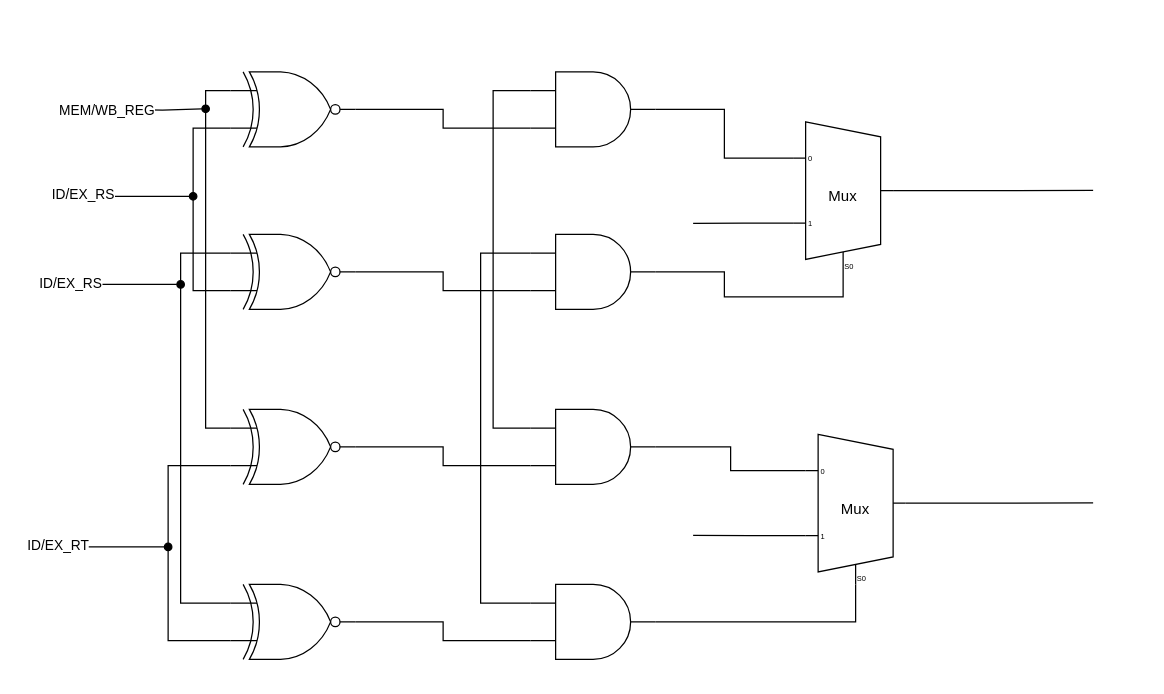
The draw.io diagram Untitled Diagram.drawio in paraschiv-leon-luca/SCS-Project-Hazard-detection-and-avoidance-unit, before the edit. Source tidied: cells renumbered, new cells numbered last; positions are measured from the earlier drawing's top-left corner, leaving out a move shared by most shapes. Both pictures are drawn from the tidied source at 125%, with x=0, y=0 at pixel (30, 71).
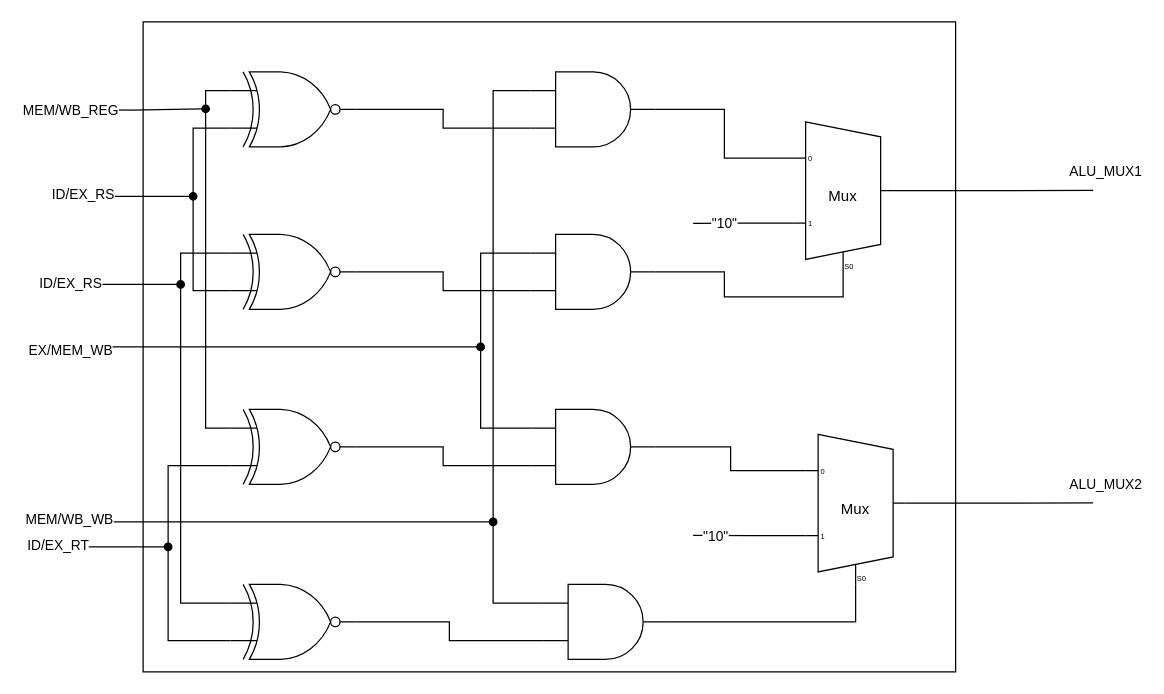
The same diagram, later.

The change refers to these unchanged cells:
```xml
<mxCell id="2" style="edgeStyle=orthogonalEdgeStyle;rounded=0;jettySize=auto;html=1;exitX=0;exitY=0.75;exitDx=0;exitDy=-9;exitPerimeter=0;defaultLabelBackgroundColor=page;labelPadding=0 4;endArrow=none;endFill=0;" parent="1" edge="1" source="4">
  <mxGeometry x="0.01" relative="1" as="geometry">
    <mxPoint x="530" y="121.1" as="targetPoint" />
  </mxGeometry>
</mxCell>
<mxCell id="3" style="edgeStyle=orthogonalEdgeStyle;rounded=0;jettySize=auto;html=1;exitX=1;exitY=0.5;exitDx=0;exitDy=-5;exitPerimeter=0;defaultLabelBackgroundColor=page;labelPadding=0 4;endArrow=none;endFill=0;" parent="1" edge="1" source="4">
  <mxGeometry relative="1" as="geometry">
    <mxPoint x="850" y="94.7" as="targetPoint" />
  </mxGeometry>
</mxCell>
<mxCell id="5" style="edgeStyle=orthogonalEdgeStyle;rounded=0;jettySize=auto;html=1;exitX=0;exitY=0.75;exitDx=0;exitDy=-9;exitPerimeter=0;defaultLabelBackgroundColor=page;labelPadding=0 4;endArrow=none;endFill=0;" parent="1" edge="1" source="7">
  <mxGeometry x="0.01" relative="1" as="geometry">
    <mxPoint x="530" y="370.8" as="targetPoint" />
  </mxGeometry>
</mxCell>
<mxCell id="6" style="edgeStyle=orthogonalEdgeStyle;rounded=0;jettySize=auto;html=1;exitX=1;exitY=0.5;exitDx=0;exitDy=-5;exitPerimeter=0;defaultLabelBackgroundColor=page;labelPadding=0 4;endArrow=none;endFill=0;" parent="1" edge="1" source="7">
  <mxGeometry relative="1" as="geometry">
    <mxPoint x="850" y="344.7" as="targetPoint" />
  </mxGeometry>
</mxCell>
<mxCell id="9" style="verticalLabelPosition=bottom;shadow=0;dashed=0;align=center;html=1;verticalAlign=top;shape=mxgraph.electrical.logic_gates.logic_gate;operation=and;labelPerimeter=1;" parent="1" vertex="1">
  <mxGeometry x="400" y="270" width="100" height="60" as="geometry" />
</mxCell>
<mxCell id="10" style="verticalLabelPosition=bottom;shadow=0;dashed=0;align=center;html=1;verticalAlign=top;shape=mxgraph.electrical.logic_gates.logic_gate;operation=and;labelPerimeter=1;" parent="1" vertex="1">
  <mxGeometry x="400" y="130" width="100" height="60" as="geometry" />
</mxCell>
<mxCell id="11" style="verticalLabelPosition=bottom;shadow=0;dashed=0;align=center;html=1;verticalAlign=top;shape=mxgraph.electrical.logic_gates.logic_gate;operation=and;labelPerimeter=1;" parent="1" vertex="1">
  <mxGeometry x="400" width="100" height="60" as="geometry" />
</mxCell>
```

What changed in the source:
```diff
@@
+    <mxCell id="38" value="&quot;10&quot;" style="edgeLabel;html=1;align=center;verticalAlign=middle;inheritText=1;defaultLabelBackgroundColor=page;labelPadding=0 4;" parent="2" vertex="1">
+      <mxGeometry x="0.39" y="-1" relative="1" as="geometry" />
+    </mxCell>
@@
+    <mxCell id="39" value="ALU_MUX1" style="edgeLabel;html=1;align=center;verticalAlign=middle;inheritText=1;defaultLabelBackgroundColor=page;labelPadding=0 4;" parent="3" vertex="1">
+      <mxGeometry x="0.86" y="-1" relative="1" as="geometry">
+        <mxPoint x="21" y="-16" as="offset" />
+      </mxGeometry>
+    </mxCell>
@@
+    <mxCell id="40" value="&quot;10&quot;" style="edgeLabel;html=1;align=center;verticalAlign=middle;inheritText=1;defaultLabelBackgroundColor=page;labelPadding=0 4;" parent="5" vertex="1">
+      <mxGeometry x="0.61" y="1" relative="1" as="geometry" />
+    </mxCell>
@@
+    <mxCell id="41" value="ALU_MUX2" style="edgeLabel;html=1;align=center;verticalAlign=middle;inheritText=1;defaultLabelBackgroundColor=page;labelPadding=0 4;" parent="6" vertex="1">
+      <mxGeometry x="0.85" y="-2" relative="1" as="geometry">
+        <mxPoint x="21" y="-17" as="offset" />
+      </mxGeometry>
+    </mxCell>
@@
     <mxCell id="8" style="verticalLabelPosition=bottom;shadow=0;dashed=0;align=center;html=1;verticalAlign=top;shape=mxgraph.electrical.logic_gates.logic_gate;operation=and;labelPerimeter=1;" parent="1" vertex="1">
-      <mxGeometry x="400" y="410" width="100" height="60" as="geometry" />
+      <mxGeometry x="410" y="410" width="100" height="60" as="geometry" />
     </mxCell>
@@
-    <mxCell id="30" style="edgeStyle=orthogonalEdgeStyle;rounded=0;jettySize=auto;html=1;exitX=0;exitY=0.25;exitDx=0;exitDy=0;exitPerimeter=0;entryX=0;entryY=0.25;entryDx=0;entryDy=0;entryPerimeter=0;defaultLabelBackgroundColor=page;labelPadding=0 4;endArrow=none;endFill=0;" parent="1" edge="1" source="11" target="9">
-      <mxGeometry relative="1" as="geometry">
+    <mxCell id="30" style="edgeStyle=orthogonalEdgeStyle;rounded=0;jettySize=auto;html=1;exitX=0;exitY=0.25;exitDx=0;exitDy=0;exitPerimeter=0;defaultLabelBackgroundColor=page;labelPadding=0 4;endArrow=none;endFill=0;entryX=0;entryY=0.25;entryDx=0;entryDy=0;entryPerimeter=0;" parent="1" edge="1" source="11" target="8">
+      <mxGeometry x="-0.31" relative="1" as="geometry">
         <Array as="points">
           <mxPoint x="370" y="15" />
-          <mxPoint x="370" y="285" />
+          <mxPoint x="370" y="425" />
         </Array>
       </mxGeometry>
     </mxCell>
-    <mxCell id="31" style="edgeStyle=orthogonalEdgeStyle;rounded=0;jettySize=auto;html=1;exitX=0;exitY=0.25;exitDx=0;exitDy=0;exitPerimeter=0;entryX=0;entryY=0.25;entryDx=0;entryDy=0;entryPerimeter=0;defaultLabelBackgroundColor=page;labelPadding=0 4;endArrow=none;endFill=0;" parent="1" edge="1" source="10" target="8">
-      <mxGeometry relative="1" as="geometry">
+    <mxCell id="31" style="edgeStyle=orthogonalEdgeStyle;rounded=0;jettySize=auto;html=1;exitX=0;exitY=0.25;exitDx=0;exitDy=0;exitPerimeter=0;entryX=0;entryY=0.25;entryDx=0;entryDy=0;entryPerimeter=0;defaultLabelBackgroundColor=page;labelPadding=0 4;endArrow=none;endFill=0;" parent="1" edge="1" source="10" target="9">
+      <mxGeometry x="-0.26" relative="1" as="geometry">
         <Array as="points">
           <mxPoint x="360" y="145" />
-          <mxPoint x="360" y="425" />
+          <mxPoint x="360" y="285" />
         </Array>
       </mxGeometry>
     </mxCell>
     <mxCell id="32" style="edgeStyle=orthogonalEdgeStyle;orthogonalLoop=1;jettySize=auto;html=1;rounded=0;defaultLabelBackgroundColor=page;labelPadding=0 4;endArrow=oval;endFill=1;" parent="1" edge="1">
-      <mxGeometry x="-0.01" relative="1" as="geometry">
-        <mxPoint x="70" y="30" as="sourcePoint" />
+      <mxGeometry x="0.42" relative="1" as="geometry">
+        <mxPoint x="20" y="30" as="sourcePoint" />
         <mxPoint x="140" y="29.5" as="targetPoint" />
       </mxGeometry>
     </mxCell>
     <mxCell id="33" value="MEM/WB_REG" style="edgeLabel;html=1;align=center;verticalAlign=middle;inheritText=1;defaultLabelBackgroundColor=page;labelPadding=0 4;" parent="32" vertex="1">
-      <mxGeometry x="-0.26" y="3" relative="1" as="geometry">
-        <mxPoint x="-36" y="3" as="offset" />
+      <mxGeometry x="0.27" y="3" relative="1" as="geometry">
+        <mxPoint x="-65" y="4" as="offset" />
       </mxGeometry>
     </mxCell>
@@
+    <mxCell id="42" style="edgeStyle=none;orthogonalLoop=1;jettySize=auto;html=1;rounded=0;defaultLabelBackgroundColor=page;labelPadding=0 4;startArrow=none;startFill=0;endArrow=oval;endFill=1;" parent="1" edge="1">
+      <mxGeometry relative="1" as="geometry">
+        <mxPoint x="10" y="360" as="sourcePoint" />
+        <mxPoint x="370" y="360" as="targetPoint" />
+      </mxGeometry>
+    </mxCell>
+    <mxCell id="43" value="MEM/WB_WB" style="edgeLabel;html=1;align=center;verticalAlign=middle;inheritText=1;defaultLabelBackgroundColor=page;labelPadding=0 4;" parent="42" vertex="1">
+      <mxGeometry x="-0.89" y="3" relative="1" as="geometry" />
+    </mxCell>
+    <mxCell id="44" style="edgeStyle=none;orthogonalLoop=1;jettySize=auto;html=1;rounded=0;defaultLabelBackgroundColor=page;labelPadding=0 4;endArrow=oval;endFill=1;" parent="1" edge="1">
+      <mxGeometry relative="1" as="geometry">
+        <mxPoint x="10" y="220" as="sourcePoint" />
+        <mxPoint x="360" y="220" as="targetPoint" />
+      </mxGeometry>
+    </mxCell>
+    <mxCell id="45" value="&lt;div&gt;EX/MEM_WB&lt;/div&gt;" style="edgeLabel;html=1;align=center;verticalAlign=middle;inheritText=1;defaultLabelBackgroundColor=page;labelPadding=0 4;" parent="44" vertex="1">
+      <mxGeometry x="-0.88" y="-2" relative="1" as="geometry" />
+    </mxCell>
+    <mxCell id="46" style="whiteSpace=wrap;html=1;fillColor=none;" parent="1" vertex="1">
+      <mxGeometry x="90" y="-40" width="650" height="520" as="geometry" />
+    </mxCell>
```
